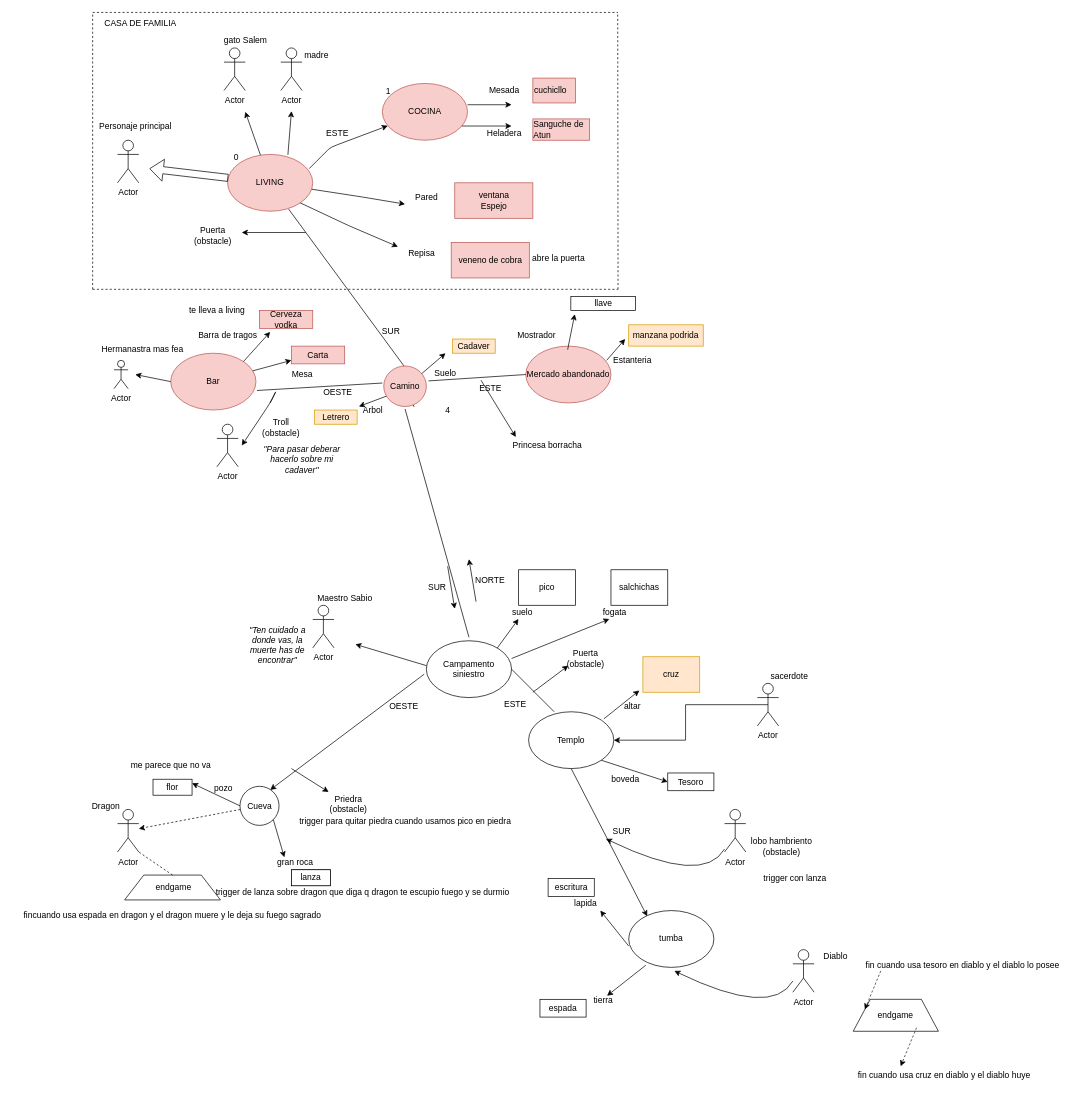
Before: NuevaAventuraZork.drawio in laucio/eclipsados, a draw.io diagram. Source tidied: cells renumbered, new cells numbered last; positions are measured from the earlier drawing's top-left corner, leaving out a move shared by most shapes. Both pictures are drawn from the tidied source at 71%, with x=0, y=0 at pixel (12, 12).
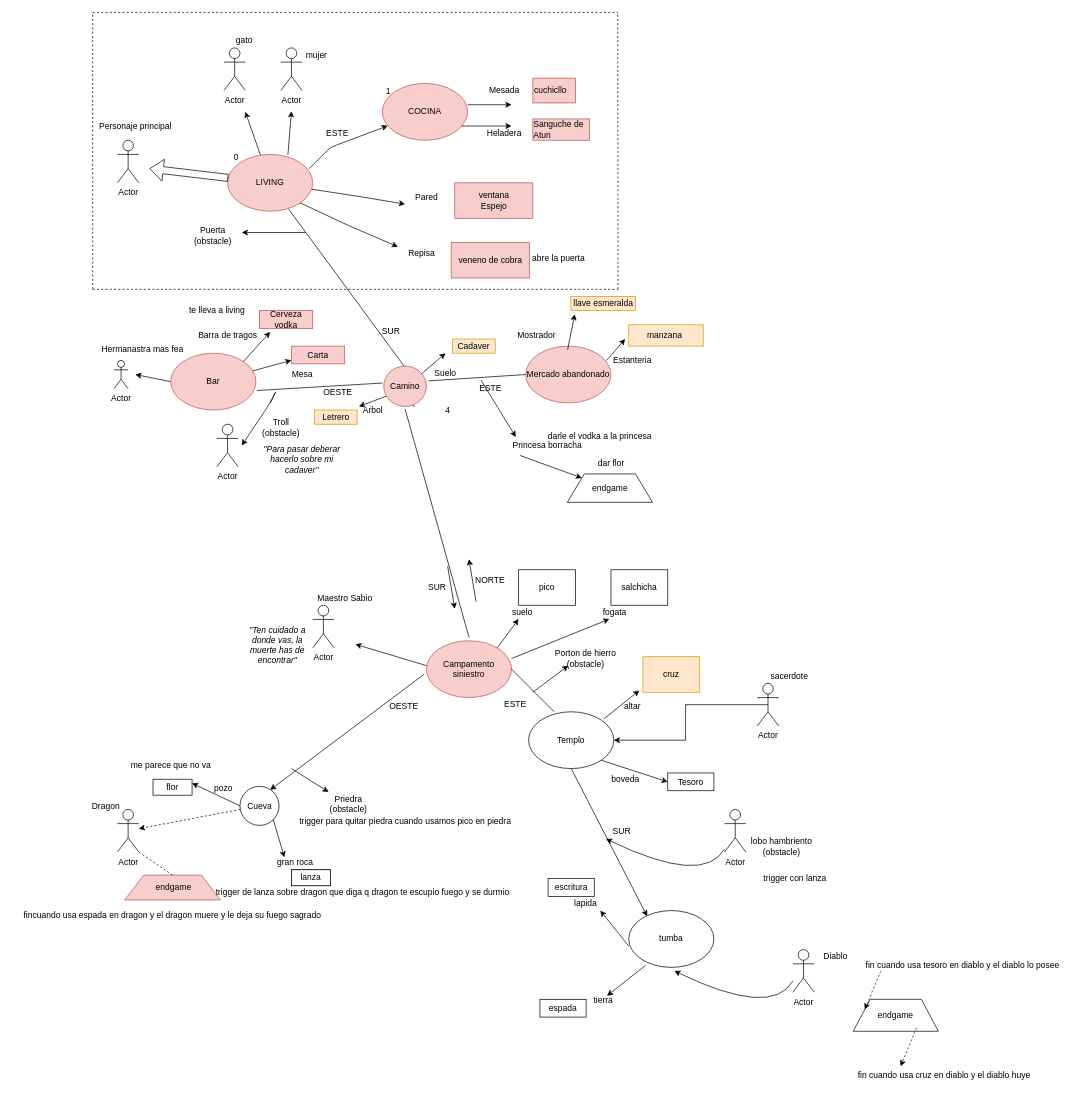
Above is the later version.

Commit message:
actualizo el draw.io de la aventura

Unchanged cells that the change refers to:
```xml
<mxCell id="147" value="Princesa borracha" style="text;html=1;align=center;verticalAlign=middle;points=[];" parent="1" vertex="1">
  <mxGeometry x="693" y="600" width="120" height="20" as="geometry" />
</mxCell>
```

Change to the diagram source:
```diff
@@
-    <mxCell id="5" value="Campamento siniestro" style="ellipse;whiteSpace=wrap;html=1;" parent="1" vertex="1">
+    <mxCell id="5" value="Campamento siniestro" style="ellipse;whiteSpace=wrap;html=1;fillColor=#f8cecc;strokeColor=#b85450;" parent="1" vertex="1">
       <mxGeometry x="583" y="885" width="120" height="80" as="geometry" />
     </mxCell>
@@
-    <mxCell id="49" value="gato Salem" style="text;html=1;align=center;verticalAlign=middle;" parent="1" vertex="1">
-      <mxGeometry x="288" y="30" width="80" height="20" as="geometry" />
+    <mxCell id="49" value="gato&amp;nbsp;" style="text;html=1;align=center;verticalAlign=middle;" parent="1" vertex="1">
+      <mxGeometry x="308" y="30" width="40" height="20" as="geometry" />
     </mxCell>
@@
-    <mxCell id="59" value="&amp;nbsp;endgame" style="shape=trapezoid;perimeter=trapezoidPerimeter;whiteSpace=wrap;html=1;" parent="1" vertex="1">
+    <mxCell id="59" value="&amp;nbsp;endgame" style="shape=trapezoid;perimeter=trapezoidPerimeter;whiteSpace=wrap;html=1;fillColor=#f8cecc;strokeColor=#b85450;" parent="1" vertex="1">
       <mxGeometry x="158" y="1215" width="135" height="35" as="geometry" />
     </mxCell>
@@
-    <mxCell id="93" value="CASA DE FAMILIA" style="text;html=1;strokeColor=none;fillColor=none;align=center;verticalAlign=middle;whiteSpace=wrap;rounded=0;" parent="1" vertex="1">
-      <mxGeometry x="118" width="125" height="30" as="geometry" />
-    </mxCell>
@@
-    <mxCell id="99" value="madre" style="text;html=1;align=center;verticalAlign=middle;" parent="1" vertex="1">
+    <mxCell id="99" value="mujer" style="text;html=1;align=center;verticalAlign=middle;" parent="1" vertex="1">
       <mxGeometry x="403" y="50" width="50" height="20" as="geometry" />
     </mxCell>
@@
-    <mxCell id="103" value="llave" style="rounded=0;whiteSpace=wrap;html=1;" parent="1" vertex="1">
+    <mxCell id="103" value="llave esmeralda" style="rounded=0;whiteSpace=wrap;html=1;fillColor=#ffe6cc;strokeColor=#d79b00;" parent="1" vertex="1">
       <mxGeometry x="786.5" y="400" width="91" height="20" as="geometry" />
     </mxCell>
@@
-    <mxCell id="105" value="manzana podrida" style="rounded=0;whiteSpace=wrap;html=1;fillColor=#ffe6cc;strokeColor=#d79b00;" parent="1" vertex="1">
+    <mxCell id="105" value="manzana&amp;nbsp;" style="rounded=0;whiteSpace=wrap;html=1;fillColor=#ffe6cc;strokeColor=#d79b00;" parent="1" vertex="1">
       <mxGeometry x="868" y="440" width="105" height="30" as="geometry" />
     </mxCell>
@@
-    <mxCell id="122" value="salchichas" style="rounded=0;whiteSpace=wrap;html=1;" parent="1" vertex="1">
+    <mxCell id="122" value="salchicha" style="rounded=0;whiteSpace=wrap;html=1;" parent="1" vertex="1">
       <mxGeometry x="843" y="785" width="80" height="50" as="geometry" />
     </mxCell>
@@
-    <mxCell id="143" value="&lt;div&gt;Puerta&lt;/div&gt;&lt;div&gt;(obstacle)&lt;br&gt;&lt;/div&gt;" style="text;html=1;align=center;verticalAlign=middle;" parent="1" vertex="1">
-      <mxGeometry x="771.5" y="895" width="70" height="30" as="geometry" />
+    <mxCell id="143" value="&lt;div&gt;Porton de hierro&lt;/div&gt;&lt;div&gt;(obstacle)&lt;br&gt;&lt;/div&gt;" style="text;html=1;align=center;verticalAlign=middle;" parent="1" vertex="1">
+      <mxGeometry x="756.5" y="895" width="100" height="30" as="geometry" />
     </mxCell>
@@
+    <mxCell id="150" value="endgame" style="shape=trapezoid;perimeter=trapezoidPerimeter;whiteSpace=wrap;html=1;" parent="1" vertex="1">
+      <mxGeometry x="781.5" y="650" width="120" height="40" as="geometry" />
+    </mxCell>
+    <mxCell id="151" style="endArrow=classic;html=1;exitX=0.183;exitY=1.2;exitDx=0;exitDy=0;exitPerimeter=0;" parent="1" edge="1" source="147" target="150">
+      <mxGeometry relative="1" as="geometry" />
+    </mxCell>
+    <mxCell id="152" value="dar flor" style="text;html=1;align=center;verticalAlign=middle;" parent="1" vertex="1">
+      <mxGeometry x="818" y="626" width="50" height="20" as="geometry" />
+    </mxCell>
+    <mxCell id="153" value="darle el vodka a la princesa" style="text;html=1;align=center;verticalAlign=middle;" parent="1" vertex="1">
+      <mxGeometry x="747" y="587" width="160" height="20" as="geometry" />
+    </mxCell>
```
